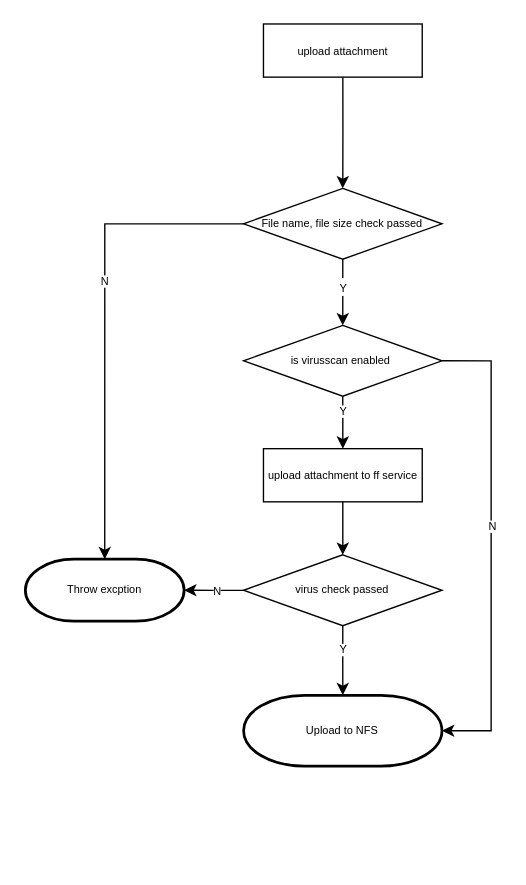
Above: page "Page-1" (1 of 2) of attachment-service-flowchart.drawio in huangshijie/Drawio (draw.io), before the change. Source tidied: cells renumbered, new cells numbered last; positions are measured from the earlier drawing's top-left corner, leaving out a move shared by most shapes. Both pictures are drawn from the tidied source at 137%, with x=0, y=0 at pixel (25, 23).
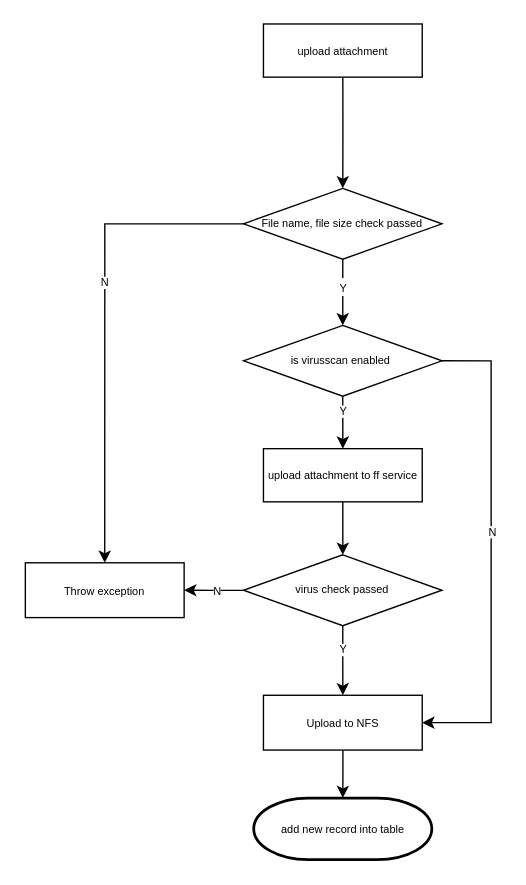
Above is the later version.

The change refers to these unchanged cells:
```xml
<mxCell id="5" value="is virusscan enabled&amp;nbsp;" style="rhombus;whiteSpace=wrap;html=1;fontSize=8;" parent="1" vertex="1">
  <mxGeometry x="159.3" y="220" width="144.8" height="51.7" as="geometry" />
</mxCell>
<mxCell id="10" value="virus check passed" style="rhombus;whiteSpace=wrap;html=1;fontSize=8;" parent="1" vertex="1">
  <mxGeometry x="159.3" y="387.5" width="144.8" height="51.7" as="geometry" />
</mxCell>
<mxCell id="16" value="File name, file size check passed" style="rhombus;whiteSpace=wrap;html=1;fontSize=8;" parent="1" vertex="1">
  <mxGeometry x="159.3" y="120" width="144.8" height="51.7" as="geometry" />
</mxCell>
```

The edit, as a diff of the source:
```diff
@@
-    <mxCell id="8" style="edgeStyle=orthogonalEdgeStyle;rounded=0;jettySize=auto;html=1;exitX=0.5;exitY=1;exitDx=0;exitDy=0;fontSize=8;entryX=0.5;entryY=0;entryDx=0;entryDy=0;entryPerimeter=0;" parent="1" edge="1" source="10" target="19">
+    <mxCell id="8" style="edgeStyle=orthogonalEdgeStyle;rounded=0;jettySize=auto;html=1;exitX=0.5;exitY=1;exitDx=0;exitDy=0;fontSize=8;entryX=0.5;entryY=0;entryDx=0;entryDy=0;" parent="1" edge="1" source="10" target="19">
       <mxGeometry relative="1" as="geometry" />
     </mxCell>
@@
-    <mxCell id="12" value="Throw excption" style="strokeWidth=2;html=1;shape=mxgraph.flowchart.terminator;whiteSpace=wrap;fontSize=8;" parent="1" vertex="1">
-      <mxGeometry y="390.7" width="115.9" height="45.2" as="geometry" />
-    </mxCell>
-    <mxCell id="13" style="edgeStyle=orthogonalEdgeStyle;rounded=0;jettySize=auto;html=1;fontSize=8;entryX=1;entryY=0.5;entryDx=0;entryDy=0;entryPerimeter=0;" parent="1" edge="1" source="10" target="12">
+    <mxCell id="13" style="edgeStyle=orthogonalEdgeStyle;rounded=0;jettySize=auto;html=1;fontSize=8;entryX=1;entryY=0.5;entryDx=0;entryDy=0;" parent="1" edge="1" source="10" target="24">
       <mxGeometry relative="1" as="geometry" />
     </mxCell>
@@
-    <mxCell id="15" value="N" style="edgeStyle=orthogonalEdgeStyle;rounded=0;jettySize=auto;html=1;entryX=0.5;entryY=0;entryDx=0;entryDy=0;entryPerimeter=0;fontSize=8;" parent="1" edge="1" source="16" target="12">
+    <mxCell id="15" value="N" style="edgeStyle=orthogonalEdgeStyle;rounded=0;jettySize=auto;html=1;entryX=0.5;entryY=0;entryDx=0;entryDy=0;fontSize=8;" parent="1" edge="1" source="16" target="24">
       <mxGeometry x="-0.17" relative="1" as="geometry" />
     </mxCell>
@@
-    <mxCell id="17" style="edgeStyle=orthogonalEdgeStyle;rounded=0;jettySize=auto;html=1;fontSize=8;exitX=1;exitY=0.5;exitDx=0;exitDy=0;entryX=1;entryY=0.5;entryDx=0;entryDy=0;entryPerimeter=0;" parent="1" edge="1" source="5" target="19">
+    <mxCell id="17" style="edgeStyle=orthogonalEdgeStyle;rounded=0;jettySize=auto;html=1;fontSize=8;exitX=1;exitY=0.5;exitDx=0;exitDy=0;entryX=1;entryY=0.5;entryDx=0;entryDy=0;" parent="1" edge="1" source="5" target="19">
       <mxGeometry relative="1" as="geometry">
         <Array as="points">
           <mxPoint x="340" y="246" />
-          <mxPoint x="340" y="516" />
+          <mxPoint x="340" y="510" />
+          <mxPoint x="290" y="510" />
         </Array>
       </mxGeometry>
     </mxCell>
@@
-    <mxCell id="19" value="Upload to NFS" style="strokeWidth=2;html=1;shape=mxgraph.flowchart.terminator;whiteSpace=wrap;fontSize=8;" parent="1" vertex="1">
-      <mxGeometry x="159.3" y="490" width="144.8" height="51.7" as="geometry" />
-    </mxCell>
@@
+    <mxCell id="22" value="add new record into table" style="strokeWidth=2;html=1;shape=mxgraph.flowchart.terminator;whiteSpace=wrap;fontSize=8;" parent="1" vertex="1">
+      <mxGeometry x="166.7" y="565" width="130" height="45" as="geometry" />
+    </mxCell>
+    <mxCell id="23" style="edgeStyle=orthogonalEdgeStyle;rounded=0;jettySize=auto;html=1;entryX=0.5;entryY=0;entryDx=0;entryDy=0;entryPerimeter=0;" parent="1" edge="1" source="19" target="22">
+      <mxGeometry relative="1" as="geometry" />
+    </mxCell>
+    <mxCell id="19" value="&lt;span style=&quot;font-size: 8px;&quot;&gt;Upload to NFS&lt;/span&gt;" style="rounded=0;whiteSpace=wrap;html=1;" parent="1" vertex="1">
+      <mxGeometry x="173.8" y="490" width="115.9" height="40" as="geometry" />
+    </mxCell>
+    <mxCell id="24" value="&lt;span style=&quot;font-size: 8px;&quot;&gt;Throw exception&lt;/span&gt;" style="rounded=0;whiteSpace=wrap;html=1;" parent="1" vertex="1">
+      <mxGeometry y="393.3" width="115.9" height="40" as="geometry" />
+    </mxCell>
```
